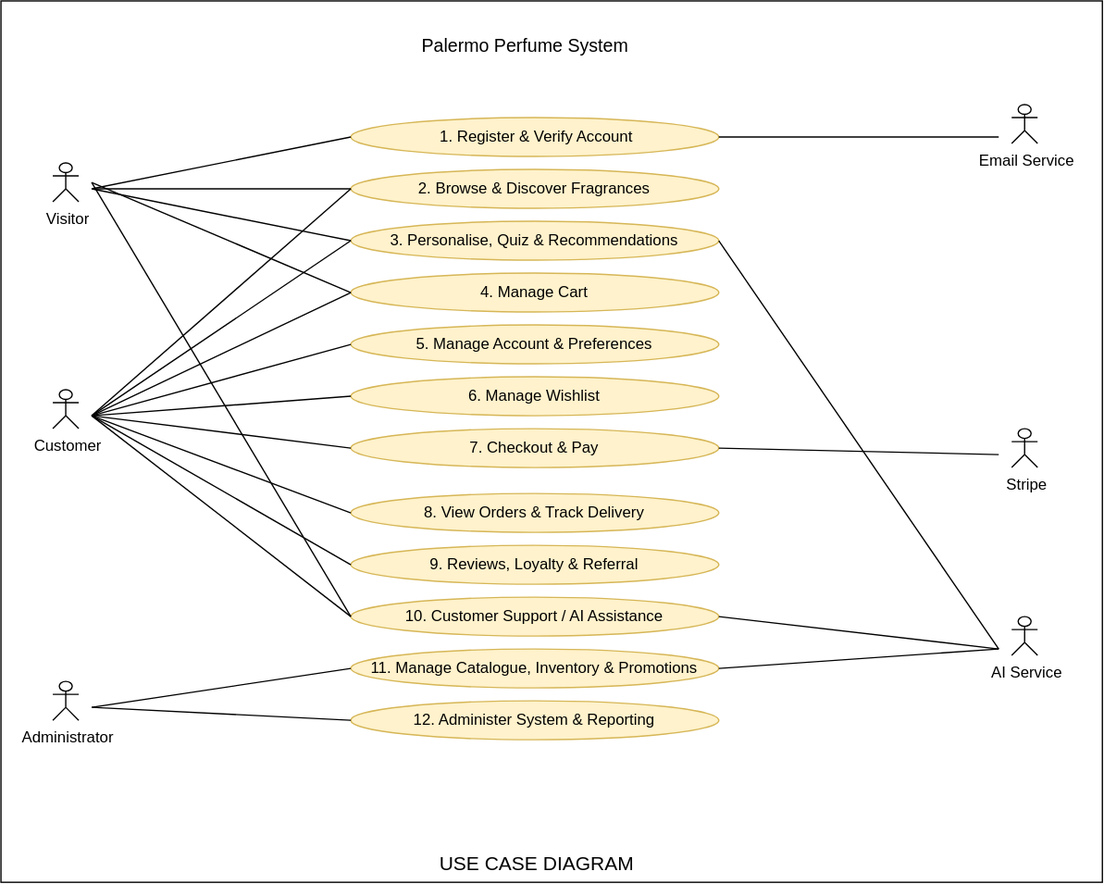
Earlier version of the draw.io export docs/diagrams/report/use-case-diagram.svg (Mel-18-Palermo/Palermo-Perfume-System). Source tidied: cells renumbered, new cells last; positions are measured from the earlier drawing's top-left corner, leaving out a move shared by most shapes.
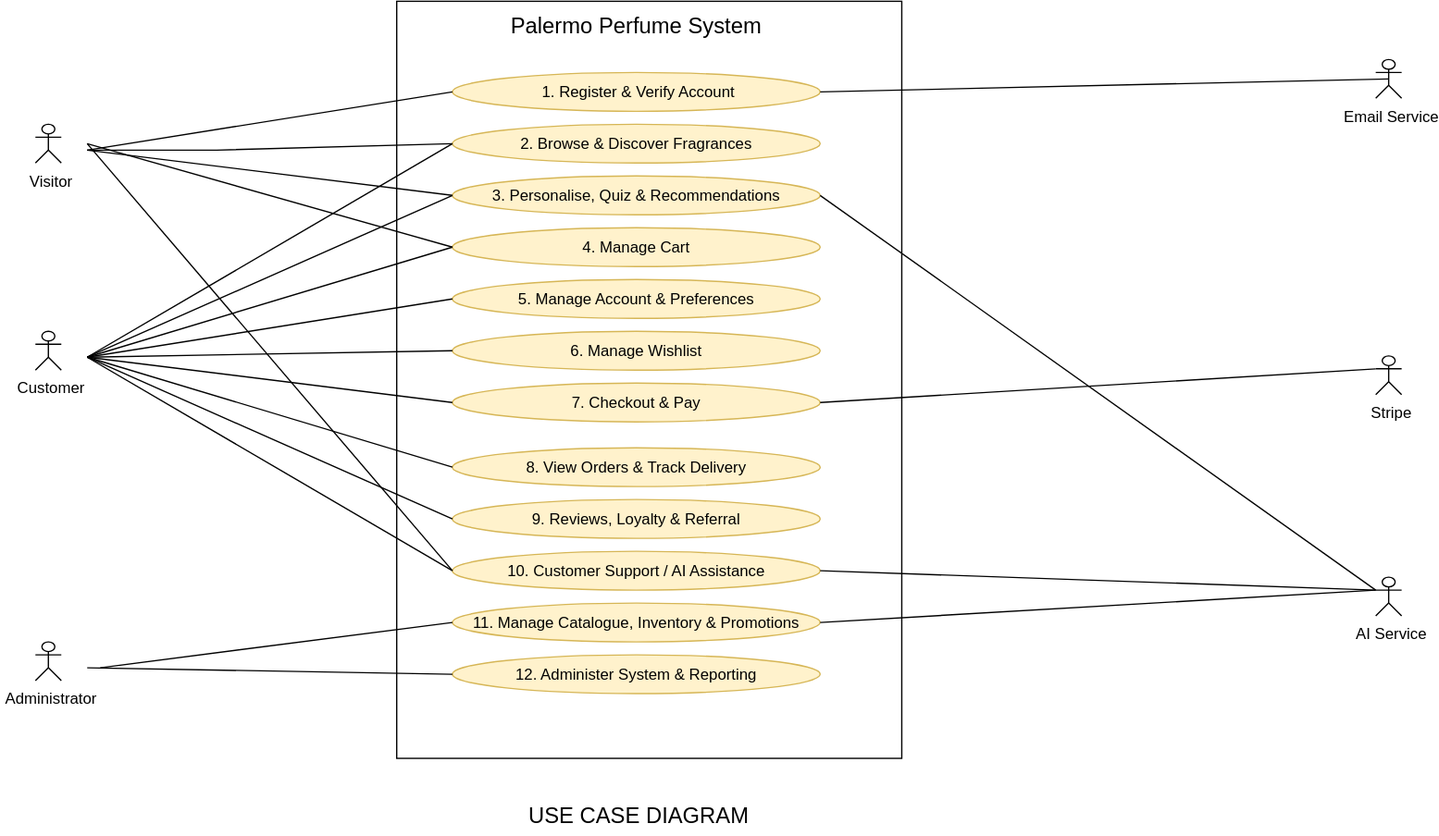
Above is the later version.

Commit message:
Restore matching use-case diagram SVG export

What changed in the source:
```diff
@@ -1,13 +1,13 @@
-<mxGraphModel>
+<mxGraphModel background="light-dark(#FFFFFF,#2B2B2B)">
   <root>
     <mxCell id="0" />
     <mxCell id="1" parent="0" />
     <mxCell id="2" value="&lt;font style=&quot;font-size: 16px;&quot;&gt;Use Case Diagram&lt;/font&gt;" style="text;html=1;align=center;verticalAlign=middle;strokeColor=none;fillColor=none;" parent="1" vertex="1">
       <mxGeometry x="300" y="560" width="160" height="30" as="geometry" />
     </mxCell>
-    <mxCell id="3" style="rounded=0;whiteSpace=wrap;html=1;" parent="1" vertex="1">
-      <mxGeometry width="850" height="680" as="geometry" />
-    </mxCell>
+    <mxCell id="45" style="rounded=0;whiteSpace=wrap;html=1;" parent="1" vertex="1">
+      <mxGeometry x="227" y="35" width="390" height="585" as="geometry" />
+    </mxCell>
     <mxCell id="4" value="3. Personalise, Quiz &amp;amp; Recommendations" style="ellipse;whiteSpace=wrap;html=1;fillColor=#fff2cc;strokeColor=#d6b656;" parent="1" vertex="1">
       <mxGeometry x="270" y="170" width="284" height="30" as="geometry" />
     </mxCell>
@@ -44,134 +44,127 @@
     <mxCell id="15" value="&amp;nbsp;1. Register &amp;amp; Verify Account" style="ellipse;whiteSpace=wrap;html=1;fillColor=#fff2cc;strokeColor=#d6b656;" parent="1" vertex="1">
       <mxGeometry x="270" y="90" width="284" height="30" as="geometry" />
     </mxCell>
-    <mxCell id="16" value="&lt;font style=&quot;font-size: 14px;&quot;&gt;Palermo Perfume System&lt;/font&gt;" style="text;html=1;whiteSpace=wrap;strokeColor=none;fillColor=none;align=center;verticalAlign=middle;rounded=0;" parent="1" vertex="1">
-      <mxGeometry x="270" y="20" width="270" height="30" as="geometry" />
+    <mxCell id="16" value="&lt;font style=&quot;font-size: 17px;&quot;&gt;Palermo Perfume System&lt;/font&gt;" style="text;html=1;whiteSpace=wrap;strokeColor=none;fillColor=none;align=center;verticalAlign=middle;rounded=0;" parent="1" vertex="1">
+      <mxGeometry x="277" y="40" width="270" height="30" as="geometry" />
     </mxCell>
     <mxCell id="17" value="&amp;nbsp;Visitor" style="shape=umlActor;verticalLabelPosition=bottom;verticalAlign=top;html=1;" parent="1" vertex="1">
-      <mxGeometry x="40" y="125" width="20" height="30" as="geometry" />
+      <mxGeometry x="-52" y="130" width="20" height="30" as="geometry" />
     </mxCell>
-    <mxCell id="18" style="endArrow=none;html=1;rounded=0;entryX=0;entryY=0.5;entryDx=0;entryDy=0;" parent="1" edge="1" target="15">
-      <mxGeometry relative="1" as="geometry">
-        <mxPoint x="70" y="145" as="sourcePoint" />
-      </mxGeometry>
-    </mxCell>
-    <mxCell id="19" style="endArrow=none;html=1;rounded=0;entryX=0;entryY=0.5;entryDx=0;entryDy=0;" parent="1" edge="1" target="7">
-      <mxGeometry relative="1" as="geometry">
-        <mxPoint x="70" y="145" as="sourcePoint" />
-      </mxGeometry>
-    </mxCell>
-    <mxCell id="20" style="endArrow=none;html=1;rounded=0;entryX=0;entryY=0.5;entryDx=0;entryDy=0;" parent="1" edge="1" target="4">
-      <mxGeometry relative="1" as="geometry">
-        <mxPoint x="70" y="145" as="sourcePoint" />
-      </mxGeometry>
-    </mxCell>
+    <mxCell id="46" style="endArrow=none;html=1;rounded=0;entryX=0;entryY=0.5;entryDx=0;entryDy=0;" parent="1" edge="1" target="15">
+      <mxGeometry relative="1" as="geometry">
+        <mxPoint x="-12" y="150" as="sourcePoint" />
+      </mxGeometry>
+    </mxCell>
+    <mxCell id="47" style="endArrow=none;html=1;rounded=0;entryX=0;entryY=0.5;entryDx=0;entryDy=0;" parent="1" edge="1" target="7">
+      <mxGeometry relative="1" as="geometry">
+        <mxPoint x="-12" y="150" as="sourcePoint" />
+        <Array as="points">
+          <mxPoint x="88" y="150" />
+        </Array>
+      </mxGeometry>
+    </mxCell>
+    <mxCell id="48" style="endArrow=none;html=1;rounded=0;entryX=0;entryY=0.5;entryDx=0;entryDy=0;" parent="1" edge="1" target="4">
+      <mxGeometry relative="1" as="geometry">
+        <mxPoint x="-12" y="150" as="sourcePoint" />
+      </mxGeometry>
+    </mxCell>
     <mxCell id="21" value="&amp;nbsp;Customer" style="shape=umlActor;verticalLabelPosition=bottom;verticalAlign=top;html=1;" parent="1" vertex="1">
-      <mxGeometry x="40" y="300" width="20" height="30" as="geometry" />
+      <mxGeometry x="-52" y="290" width="20" height="30" as="geometry" />
     </mxCell>
-    <mxCell id="22" style="endArrow=none;html=1;rounded=0;entryX=0;entryY=0.5;entryDx=0;entryDy=0;" parent="1" edge="1" target="5">
-      <mxGeometry relative="1" as="geometry">
-        <mxPoint x="70" y="320" as="sourcePoint" />
-      </mxGeometry>
-    </mxCell>
-    <mxCell id="23" style="endArrow=none;html=1;rounded=0;entryX=0;entryY=0.5;entryDx=0;entryDy=0;" parent="1" edge="1" target="6">
-      <mxGeometry relative="1" as="geometry">
-        <mxPoint x="70" y="320" as="sourcePoint" />
-      </mxGeometry>
-    </mxCell>
-    <mxCell id="24" style="endArrow=none;html=1;rounded=0;entryX=0;entryY=0.5;entryDx=0;entryDy=0;" parent="1" edge="1" target="8">
-      <mxGeometry relative="1" as="geometry">
-        <mxPoint x="70" y="320" as="sourcePoint" />
-      </mxGeometry>
-    </mxCell>
-    <mxCell id="25" style="endArrow=none;html=1;rounded=0;entryX=0;entryY=0.5;entryDx=0;entryDy=0;" parent="1" edge="1" target="9">
-      <mxGeometry relative="1" as="geometry">
-        <mxPoint x="70" y="320" as="sourcePoint" />
-      </mxGeometry>
-    </mxCell>
-    <mxCell id="26" style="endArrow=none;html=1;rounded=0;entryX=0;entryY=0.5;entryDx=0;entryDy=0;" parent="1" edge="1" target="10">
-      <mxGeometry relative="1" as="geometry">
-        <mxPoint x="70" y="320" as="sourcePoint" />
-      </mxGeometry>
-    </mxCell>
-    <mxCell id="27" style="endArrow=none;html=1;rounded=0;entryX=0;entryY=0.5;entryDx=0;entryDy=0;" parent="1" edge="1" target="11">
-      <mxGeometry relative="1" as="geometry">
-        <mxPoint x="70" y="320" as="sourcePoint" />
-      </mxGeometry>
-    </mxCell>
-    <mxCell id="28" style="endArrow=none;html=1;rounded=0;entryX=0;entryY=0.5;entryDx=0;entryDy=0;" parent="1" edge="1" target="12">
-      <mxGeometry relative="1" as="geometry">
-        <mxPoint x="70" y="320" as="sourcePoint" />
-      </mxGeometry>
-    </mxCell>
+    <mxCell id="49" style="endArrow=none;html=1;rounded=0;entryX=0;entryY=0.5;entryDx=0;entryDy=0;" parent="1" edge="1" target="5">
+      <mxGeometry relative="1" as="geometry">
+        <mxPoint x="-12" y="310" as="sourcePoint" />
+      </mxGeometry>
+    </mxCell>
+    <mxCell id="50" style="endArrow=none;html=1;rounded=0;entryX=0;entryY=0.5;entryDx=0;entryDy=0;" parent="1" edge="1" target="6">
+      <mxGeometry relative="1" as="geometry">
+        <mxPoint x="-12" y="310" as="sourcePoint" />
+      </mxGeometry>
+    </mxCell>
+    <mxCell id="51" style="endArrow=none;html=1;rounded=0;entryX=0;entryY=0.5;entryDx=0;entryDy=0;" parent="1" edge="1" target="8">
+      <mxGeometry relative="1" as="geometry">
+        <mxPoint x="-12" y="310" as="sourcePoint" />
+      </mxGeometry>
+    </mxCell>
+    <mxCell id="52" style="endArrow=none;html=1;rounded=0;entryX=0;entryY=0.5;entryDx=0;entryDy=0;" parent="1" edge="1" target="9">
+      <mxGeometry relative="1" as="geometry">
+        <mxPoint x="-12" y="310" as="sourcePoint" />
+      </mxGeometry>
+    </mxCell>
+    <mxCell id="53" style="endArrow=none;html=1;rounded=0;entryX=0;entryY=0.5;entryDx=0;entryDy=0;" parent="1" edge="1" target="10">
+      <mxGeometry relative="1" as="geometry">
+        <mxPoint x="-12" y="310" as="sourcePoint" />
+      </mxGeometry>
+    </mxCell>
+    <mxCell id="54" style="endArrow=none;html=1;rounded=0;entryX=0;entryY=0.5;entryDx=0;entryDy=0;" parent="1" edge="1" target="11">
+      <mxGeometry relative="1" as="geometry">
+        <mxPoint x="-12" y="310" as="sourcePoint" />
+      </mxGeometry>
+    </mxCell>
+    <mxCell id="55" style="endArrow=none;html=1;rounded=0;entryX=0;entryY=0.5;entryDx=0;entryDy=0;" parent="1" edge="1" target="12">
+      <mxGeometry relative="1" as="geometry">
+        <mxPoint x="-12" y="310" as="sourcePoint" />
+      </mxGeometry>
+    </mxCell>
     <mxCell id="29" value="&amp;nbsp;Administrator" style="shape=umlActor;verticalLabelPosition=bottom;verticalAlign=top;html=1;" parent="1" vertex="1">
-      <mxGeometry x="40" y="525" width="20" height="30" as="geometry" />
+      <mxGeometry x="-52" y="530" width="20" height="30" as="geometry" />
     </mxCell>
-    <mxCell id="30" style="endArrow=none;html=1;rounded=0;entryX=0;entryY=0.5;entryDx=0;entryDy=0;" parent="1" edge="1" target="13">
-      <mxGeometry relative="1" as="geometry">
-        <mxPoint x="70" y="545" as="sourcePoint" />
-      </mxGeometry>
-    </mxCell>
-    <mxCell id="31" style="endArrow=none;html=1;rounded=0;entryX=0;entryY=0.5;entryDx=0;entryDy=0;" parent="1" edge="1" target="14">
-      <mxGeometry relative="1" as="geometry">
-        <mxPoint x="70" y="545" as="sourcePoint" />
-      </mxGeometry>
-    </mxCell>
+    <mxCell id="56" style="endArrow=none;html=1;rounded=0;entryX=0;entryY=0.5;entryDx=0;entryDy=0;" parent="1" edge="1" target="13">
+      <mxGeometry relative="1" as="geometry">
+        <mxPoint x="-2" y="550" as="sourcePoint" />
+      </mxGeometry>
+    </mxCell>
+    <mxCell id="57" style="endArrow=none;html=1;rounded=0;entryX=0;entryY=0.5;entryDx=0;entryDy=0;" parent="1" edge="1" target="14">
+      <mxGeometry relative="1" as="geometry">
+        <mxPoint x="-12" y="550" as="sourcePoint" />
+      </mxGeometry>
+    </mxCell>
     <mxCell id="32" value="&amp;nbsp;Email Service" style="shape=umlActor;verticalLabelPosition=bottom;verticalAlign=top;html=1;outlineConnect=0;" parent="1" vertex="1">
-      <mxGeometry x="780" y="80" width="20" height="30" as="geometry" />
+      <mxGeometry x="983" y="80" width="20" height="30" as="geometry" />
     </mxCell>
-    <mxCell id="33" style="endArrow=none;html=1;rounded=0;exitX=1;exitY=0.5;exitDx=0;exitDy=0;" parent="1" edge="1" source="15">
-      <mxGeometry relative="1" as="geometry">
-        <mxPoint x="770" y="105" as="targetPoint" />
-      </mxGeometry>
-    </mxCell>
+    <mxCell id="58" style="endArrow=none;html=1;rounded=0;exitX=1;exitY=0.5;exitDx=0;exitDy=0;entryX=0.5;entryY=0.5;entryDx=0;entryDy=0;entryPerimeter=0;" parent="1" edge="1" source="15" target="32">
+      <mxGeometry relative="1" as="geometry" />
+    </mxCell>
     <mxCell id="34" value="&amp;nbsp;Stripe" style="shape=umlActor;verticalLabelPosition=bottom;verticalAlign=top;html=1;outlineConnect=0;" parent="1" vertex="1">
-      <mxGeometry x="780" y="330" width="20" height="30" as="geometry" />
+      <mxGeometry x="983" y="309" width="20" height="30" as="geometry" />
     </mxCell>
-    <mxCell id="35" style="endArrow=none;html=1;rounded=0;exitX=1;exitY=0.5;exitDx=0;exitDy=0;" parent="1" edge="1" source="9">
-      <mxGeometry relative="1" as="geometry">
-        <mxPoint x="770" y="350" as="targetPoint" />
-      </mxGeometry>
-    </mxCell>
+    <mxCell id="59" style="endArrow=none;html=1;rounded=0;exitX=1;exitY=0.5;exitDx=0;exitDy=0;entryX=0;entryY=0.3333333333333333;entryDx=0;entryDy=0;entryPerimeter=0;" parent="1" edge="1" source="9" target="34">
+      <mxGeometry relative="1" as="geometry" />
+    </mxCell>
     <mxCell id="36" value="&amp;nbsp;AI Service" style="shape=umlActor;verticalLabelPosition=bottom;verticalAlign=top;html=1;outlineConnect=0;" parent="1" vertex="1">
-      <mxGeometry x="780" y="475" width="20" height="30" as="geometry" />
+      <mxGeometry x="983" y="480" width="20" height="30" as="geometry" />
     </mxCell>
-    <mxCell id="37" style="endArrow=none;html=1;rounded=0;exitX=1;exitY=0.5;exitDx=0;exitDy=0;" parent="1" edge="1" source="12">
-      <mxGeometry relative="1" as="geometry">
-        <mxPoint x="770" y="500" as="targetPoint" />
-      </mxGeometry>
-    </mxCell>
-    <mxCell id="38" style="endArrow=none;html=1;rounded=0;exitX=1;exitY=0.5;exitDx=0;exitDy=0;" parent="1" edge="1" source="13">
-      <mxGeometry relative="1" as="geometry">
-        <mxPoint x="770" y="500" as="targetPoint" />
-      </mxGeometry>
-    </mxCell>
+    <mxCell id="60" style="endArrow=none;html=1;rounded=0;exitX=1;exitY=0.5;exitDx=0;exitDy=0;entryX=0;entryY=0.3333333333333333;entryDx=0;entryDy=0;entryPerimeter=0;" parent="1" edge="1" source="12" target="36">
+      <mxGeometry relative="1" as="geometry" />
+    </mxCell>
+    <mxCell id="61" style="endArrow=none;html=1;rounded=0;exitX=1;exitY=0.5;exitDx=0;exitDy=0;entryX=0;entryY=0.3333333333333333;entryDx=0;entryDy=0;entryPerimeter=0;" parent="1" edge="1" source="13" target="36">
+      <mxGeometry relative="1" as="geometry" />
+    </mxCell>
-    <mxCell id="39" value="&lt;font style=&quot;font-size: 15px;&quot;&gt;USE CASE DIAGRAM&lt;/font&gt;" style="text;html=1;whiteSpace=wrap;strokeColor=none;fillColor=none;align=center;verticalAlign=middle;rounded=0;" parent="1" vertex="1">
+    <mxCell id="39" value="&lt;font style=&quot;font-size: 17px;&quot;&gt;USE CASE DIAGRAM&lt;/font&gt;" style="text;html=1;whiteSpace=wrap;strokeColor=none;fillColor=none;align=center;verticalAlign=middle;rounded=0;" parent="1" vertex="1">
       <mxGeometry x="312" y="650" width="204" height="30" as="geometry" />
     </mxCell>
-    <mxCell id="40" style="endArrow=none;html=1;rounded=0;entryX=1;entryY=0.5;entryDx=0;entryDy=0;" parent="1" edge="1" target="4">
-      <mxGeometry relative="1" as="geometry">
-        <mxPoint x="770" y="500" as="sourcePoint" />
-      </mxGeometry>
-    </mxCell>
-    <mxCell id="41" style="endArrow=none;html=1;rounded=0;entryX=0;entryY=0.5;entryDx=0;entryDy=0;" parent="1" edge="1" target="4">
-      <mxGeometry relative="1" as="geometry">
-        <mxPoint x="70" y="320" as="sourcePoint" />
-      </mxGeometry>
-    </mxCell>
-    <mxCell id="42" style="endArrow=none;html=1;rounded=0;entryX=0;entryY=0.5;entryDx=0;entryDy=0;" parent="1" edge="1" target="7">
-      <mxGeometry relative="1" as="geometry">
-        <mxPoint x="70" y="320" as="sourcePoint" />
-      </mxGeometry>
-    </mxCell>
-    <mxCell id="43" style="endArrow=none;html=1;rounded=0;entryX=0;entryY=0.5;entryDx=0;entryDy=0;" parent="1" edge="1" target="5">
-      <mxGeometry relative="1" as="geometry">
-        <mxPoint x="70" y="140" as="sourcePoint" />
-      </mxGeometry>
-    </mxCell>
-    <mxCell id="44" style="endArrow=none;html=1;rounded=0;entryX=0;entryY=0.5;entryDx=0;entryDy=0;" parent="1" edge="1" target="12">
-      <mxGeometry relative="1" as="geometry">
-        <mxPoint x="70" y="140" as="sourcePoint" />
-      </mxGeometry>
-    </mxCell>
+    <mxCell id="62" style="endArrow=none;html=1;rounded=0;entryX=1;entryY=0.5;entryDx=0;entryDy=0;exitX=0;exitY=0.3333333333333333;exitDx=0;exitDy=0;exitPerimeter=0;" parent="1" edge="1" source="36" target="4">
+      <mxGeometry relative="1" as="geometry" />
+    </mxCell>
+    <mxCell id="63" style="endArrow=none;html=1;rounded=0;entryX=0;entryY=0.5;entryDx=0;entryDy=0;" parent="1" edge="1" target="4">
+      <mxGeometry relative="1" as="geometry">
+        <mxPoint x="-12" y="310" as="sourcePoint" />
+      </mxGeometry>
+    </mxCell>
+    <mxCell id="64" style="endArrow=none;html=1;rounded=0;entryX=0;entryY=0.5;entryDx=0;entryDy=0;" parent="1" edge="1" target="7">
+      <mxGeometry relative="1" as="geometry">
+        <mxPoint x="-12" y="310" as="sourcePoint" />
+      </mxGeometry>
+    </mxCell>
+    <mxCell id="65" style="endArrow=none;html=1;rounded=0;entryX=0;entryY=0.5;entryDx=0;entryDy=0;" parent="1" edge="1" target="5">
+      <mxGeometry relative="1" as="geometry">
+        <mxPoint x="-12" y="145" as="sourcePoint" />
+      </mxGeometry>
+    </mxCell>
+    <mxCell id="66" style="endArrow=none;html=1;rounded=0;entryX=0;entryY=0.5;entryDx=0;entryDy=0;" parent="1" edge="1" target="12">
+      <mxGeometry relative="1" as="geometry">
+        <mxPoint x="-12" y="145" as="sourcePoint" />
+      </mxGeometry>
+    </mxCell>
   </root>
 </mxGraphModel>
```
